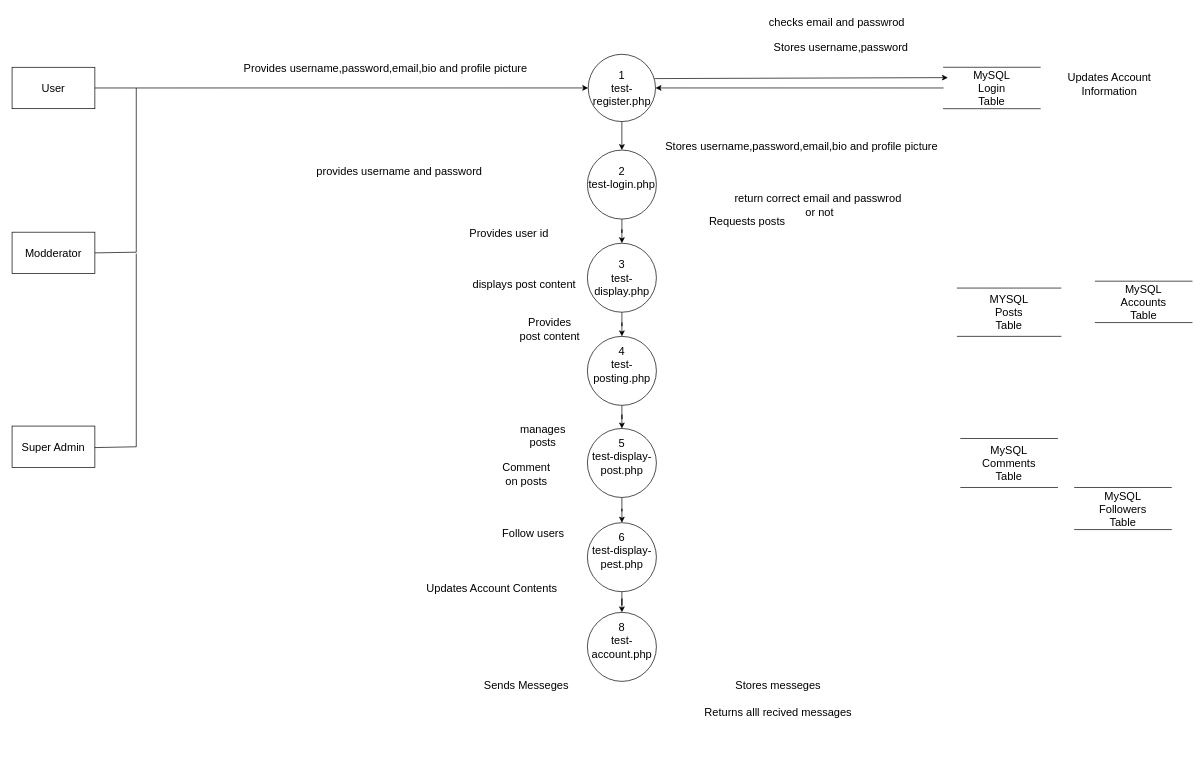
This is online-blogging-system/Documentation/final defence/physical-DFD.drawio from Hellsrest/Online-Blogging-System, a draw.io file, before an edit. Source tidied: cells renumbered, new cells numbered last; positions are measured from the earlier drawing's top-left corner, leaving out a move shared by most shapes. Both pictures are drawn from the tidied source at 69%, with x=0, y=0 at pixel (12, 12).
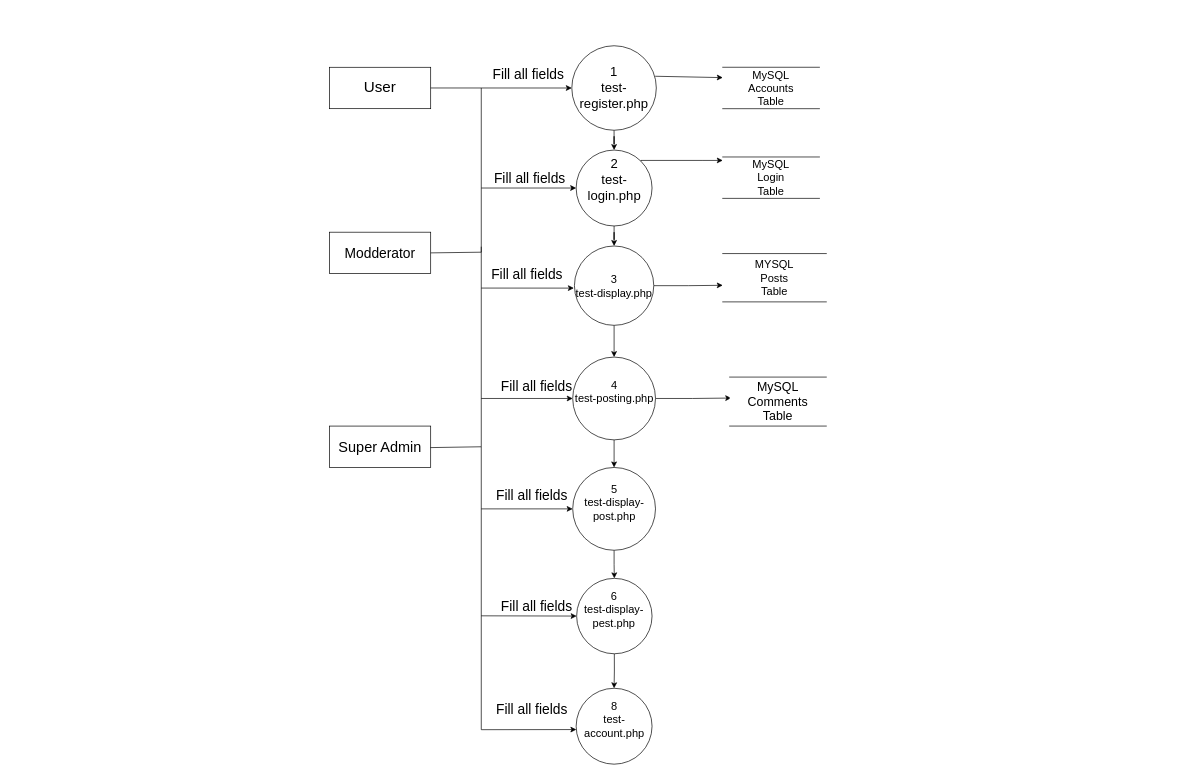
After the change.

Diff of the diagram source:
```diff
@@
-    <mxCell id="2" value="User" style="rounded=0;whiteSpace=wrap;html=1;fontSize=16;" parent="1" vertex="1">
-      <mxGeometry y="80" width="120" height="60" as="geometry" />
-    </mxCell>
@@
-    <mxCell id="4" value="&lt;div style=&quot;font-size: 16px;&quot;&gt;&lt;br style=&quot;font-size: 16px;&quot;&gt;&lt;/div&gt;&lt;div style=&quot;font-size: 16px;&quot;&gt;1&lt;/div&gt;test-register.php&lt;div style=&quot;font-size: 16px;&quot;&gt;&lt;br style=&quot;font-size: 16px;&quot;&gt;&lt;/div&gt;" style="ellipse;whiteSpace=wrap;html=1;fontSize=16;" parent="1" vertex="1">
-      <mxGeometry x="835" y="61.2" width="97.5" height="97.5" as="geometry" />
+    <mxCell id="4" value="&lt;div style=&quot;font-size: 19px;&quot;&gt;&lt;font style=&quot;font-size: 19px;&quot;&gt;&lt;br style=&quot;&quot;&gt;&lt;/font&gt;&lt;/div&gt;&lt;div style=&quot;font-size: 19px;&quot;&gt;&lt;font style=&quot;font-size: 19px;&quot;&gt;1&lt;/font&gt;&lt;/div&gt;&lt;font style=&quot;font-size: 19px;&quot;&gt;test-register.php&lt;/font&gt;&lt;div style=&quot;font-size: 19px;&quot;&gt;&lt;br style=&quot;&quot;&gt;&lt;/div&gt;" style="ellipse;whiteSpace=wrap;html=1;fontSize=16;" parent="1" vertex="1">
+      <mxGeometry x="811.2" y="48.8" width="122.5" height="122.5" as="geometry" />
     </mxCell>
@@
+    <mxCell id="46" style="edgeStyle=orthogonalEdgeStyle;rounded=0;jettySize=auto;html=1;exitX=1;exitY=0;exitDx=0;exitDy=0;" parent="1" edge="1" source="6" target="12">
+      <mxGeometry relative="1" as="geometry">
+        <Array as="points">
+          <mxPoint x="1000" y="215" />
+          <mxPoint x="1000" y="215" />
+        </Array>
+      </mxGeometry>
+    </mxCell>
-    <mxCell id="6" value="&lt;div style=&quot;font-size: 16px;&quot;&gt;2&lt;/div&gt;&lt;div style=&quot;font-size: 16px;&quot;&gt;test-login.php&lt;div style=&quot;border-color: var(--border-color); font-size: 16px;&quot;&gt;&lt;br style=&quot;border-color: var(--border-color); font-size: 16px;&quot;&gt;&lt;/div&gt;&lt;/div&gt;" style="ellipse;whiteSpace=wrap;html=1;fontSize=16;" parent="1" vertex="1">
-      <mxGeometry x="833.8" y="200" width="100" height="100" as="geometry" />
+    <mxCell id="6" value="&lt;div style=&quot;font-size: 19px;&quot;&gt;&lt;font style=&quot;font-size: 19px;&quot;&gt;2&lt;/font&gt;&lt;/div&gt;&lt;div style=&quot;font-size: 19px;&quot;&gt;&lt;font style=&quot;font-size: 19px;&quot;&gt;test-login.php&lt;/font&gt;&lt;div style=&quot;border-color: var(--border-color);&quot;&gt;&lt;br style=&quot;border-color: var(--border-color);&quot;&gt;&lt;/div&gt;&lt;/div&gt;" style="ellipse;whiteSpace=wrap;html=1;fontSize=16;" parent="1" vertex="1">
+      <mxGeometry x="817.5" y="200" width="110" height="110" as="geometry" />
     </mxCell>
@@
+    <mxCell id="47" style="edgeStyle=orthogonalEdgeStyle;rounded=0;jettySize=auto;html=1;entryX=0;entryY=0.657;entryDx=0;entryDy=0;entryPerimeter=0;" parent="1" edge="1" source="8" target="24">
+      <mxGeometry relative="1" as="geometry" />
+    </mxCell>
     <mxCell id="8" value="&lt;div style=&quot;font-size: 16px;&quot;&gt;3&lt;/div&gt;test-display.php" style="ellipse;whiteSpace=wrap;html=1;fontSize=16;" parent="1" vertex="1">
-      <mxGeometry x="833.8" y="335" width="100" height="100" as="geometry" />
+      <mxGeometry x="815" y="339" width="115" height="115" as="geometry" />
     </mxCell>
@@
     <mxCell id="10" value="&lt;div style=&quot;font-size: 16px;&quot;&gt;6&lt;/div&gt;&lt;div style=&quot;font-size: 16px;&quot;&gt;test-display-pest.php&lt;div style=&quot;border-color: var(--border-color); font-size: 16px;&quot;&gt;&lt;br style=&quot;border-color: var(--border-color); font-size: 16px;&quot;&gt;&lt;/div&gt;&lt;/div&gt;" style="ellipse;whiteSpace=wrap;html=1;fontSize=16;" parent="1" vertex="1">
-      <mxGeometry x="833.8" y="740" width="100" height="100" as="geometry" />
+      <mxGeometry x="818.2" y="820.7" width="109.3" height="109.3" as="geometry" />
     </mxCell>
-    <mxCell id="11" value="Modderator" style="rounded=0;whiteSpace=wrap;html=1;fontSize=16;" parent="1" vertex="1">
-      <mxGeometry y="319" width="120" height="60" as="geometry" />
-    </mxCell>
     <mxCell id="12" value="MySQL&lt;br style=&quot;font-size: 16px;&quot;&gt;Login&lt;br style=&quot;font-size: 16px;&quot;&gt;Table" style="html=1;dashed=0;whiteSpace=wrap;shape=partialRectangle;right=0;left=0;fontSize=16;" parent="1" vertex="1">
-      <mxGeometry x="1350" y="80" width="140" height="60" as="geometry" />
+      <mxGeometry x="1030" y="210" width="140" height="60" as="geometry" />
     </mxCell>
     <mxCell id="13" value="MySQL&lt;br style=&quot;font-size: 16px;&quot;&gt;Accounts&lt;br style=&quot;font-size: 16px;&quot;&gt;Table" style="html=1;dashed=0;whiteSpace=wrap;shape=partialRectangle;right=0;left=0;fontSize=16;" parent="1" vertex="1">
-      <mxGeometry x="1570" y="390" width="140" height="60" as="geometry" />
+      <mxGeometry x="1030" y="80" width="140" height="60" as="geometry" />
     </mxCell>
-    <mxCell id="14" value="Provides username,password,email,bio and profile picture" style="edgeLabel;html=1;align=center;verticalAlign=middle;fontSize=16;" parent="1" vertex="1">
-      <mxGeometry x="540" y="80" as="geometry" />
-    </mxCell>
-    <mxCell id="15" value="Stores username,password,email,bio and profile picture" style="edgeLabel;html=1;align=center;verticalAlign=middle;fontSize=16;" parent="1" vertex="1">
-      <mxGeometry x="1150" y="180" as="geometry">
-        <mxPoint x="-7" y="14" as="offset" />
-      </mxGeometry>
-    </mxCell>
-    <mxCell id="16" value="Stores username,password&lt;br style=&quot;font-size: 16px;&quot;&gt;" style="edgeLabel;html=1;align=center;verticalAlign=middle;fontSize=16;" parent="1" vertex="1">
-      <mxGeometry x="1200" y="50" as="geometry" />
-    </mxCell>
-    <mxCell id="17" value="provides username and password&lt;br style=&quot;font-size: 16px;&quot;&gt;" style="edgeLabel;html=1;align=center;verticalAlign=middle;fontSize=16;" parent="1" vertex="1">
-      <mxGeometry x="560" y="230" as="geometry" />
-    </mxCell>
-    <mxCell id="18" value="checks email&amp;nbsp;and passwrod" style="text;html=1;align=center;verticalAlign=middle;strokeColor=none;fillColor=none;fontSize=16;" parent="1" vertex="1">
-      <mxGeometry x="1085" width="220" height="30" as="geometry" />
-    </mxCell>
-    <mxCell id="19" value="return correct email&amp;nbsp;and passwrod&amp;nbsp;&lt;br style=&quot;font-size: 16px;&quot;&gt;or not&lt;br style=&quot;font-size: 16px;&quot;&gt;" style="text;html=1;align=center;verticalAlign=middle;strokeColor=none;fillColor=none;fontSize=16;" parent="1" vertex="1">
-      <mxGeometry x="1035" y="255" width="270" height="50" as="geometry" />
-    </mxCell>
@@
+    <mxCell id="48" style="edgeStyle=orthogonalEdgeStyle;rounded=0;jettySize=auto;html=1;entryX=0.016;entryY=0.428;entryDx=0;entryDy=0;entryPerimeter=0;" parent="1" edge="1" source="21" target="28">
+      <mxGeometry relative="1" as="geometry" />
+    </mxCell>
     <mxCell id="21" value="4&lt;div style=&quot;font-size: 16px;&quot;&gt;test-posting.php&lt;div style=&quot;border-color: var(--border-color); font-size: 16px;&quot;&gt;&lt;br style=&quot;border-color: var(--border-color); font-size: 16px;&quot;&gt;&lt;/div&gt;&lt;/div&gt;" style="ellipse;whiteSpace=wrap;html=1;fontSize=16;" parent="1" vertex="1">
-      <mxGeometry x="833.8" y="470" width="100" height="100" as="geometry" />
+      <mxGeometry x="812.5" y="500" width="120" height="120" as="geometry" />
     </mxCell>
-    <mxCell id="22" value="Provides user id" style="text;html=1;align=center;verticalAlign=middle;strokeColor=none;fillColor=none;fontSize=16;" parent="1" vertex="1">
-      <mxGeometry x="650" y="305" width="140" height="30" as="geometry" />
-    </mxCell>
-    <mxCell id="23" value="displays post content" style="text;html=1;align=center;verticalAlign=middle;strokeColor=none;fillColor=none;fontSize=16;" parent="1" vertex="1">
-      <mxGeometry x="657" y="379" width="170" height="30" as="geometry" />
-    </mxCell>
     <mxCell id="24" value="MYSQL&lt;br style=&quot;font-size: 16px;&quot;&gt;Posts&lt;br style=&quot;font-size: 16px;&quot;&gt;Table" style="html=1;dashed=0;whiteSpace=wrap;shape=partialRectangle;right=0;left=0;fontSize=16;" parent="1" vertex="1">
-      <mxGeometry x="1370" y="400" width="150" height="70" as="geometry" />
+      <mxGeometry x="1030" y="350" width="150" height="70" as="geometry" />
     </mxCell>
-    <mxCell id="25" value="Requests posts" style="text;html=1;align=center;verticalAlign=middle;strokeColor=none;fillColor=none;fontSize=16;" parent="1" vertex="1">
-      <mxGeometry x="1000" y="288" width="130" height="30" as="geometry" />
-    </mxCell>
-    <mxCell id="26" value="Provides &lt;br&gt;post content" style="text;html=1;align=center;verticalAlign=middle;strokeColor=none;fillColor=none;fontSize=16;" parent="1" vertex="1">
-      <mxGeometry x="723.8" y="435" width="110" height="50" as="geometry" />
-    </mxCell>
-    <mxCell id="27" value="Comment &lt;br style=&quot;font-size: 16px;&quot;&gt;on posts" style="text;html=1;align=center;verticalAlign=middle;strokeColor=none;fillColor=none;fontSize=16;" parent="1" vertex="1">
-      <mxGeometry x="700" y="645" width="90" height="50" as="geometry" />
-    </mxCell>
-    <mxCell id="28" value="MySQL&lt;br style=&quot;font-size: 16px;&quot;&gt;Comments&lt;br style=&quot;font-size: 16px;&quot;&gt;Table" style="html=1;dashed=0;whiteSpace=wrap;shape=partialRectangle;right=0;left=0;fontSize=16;" parent="1" vertex="1">
-      <mxGeometry x="1375" y="618" width="140" height="71" as="geometry" />
+    <mxCell id="28" value="&lt;font style=&quot;font-size: 18px;&quot;&gt;MySQL&lt;br style=&quot;&quot;&gt;Comments&lt;br style=&quot;&quot;&gt;Table&lt;/font&gt;" style="html=1;dashed=0;whiteSpace=wrap;shape=partialRectangle;right=0;left=0;fontSize=16;" parent="1" vertex="1">
+      <mxGeometry x="1040" y="529" width="140" height="71" as="geometry" />
     </mxCell>
-    <mxCell id="29" value="Follow users" style="text;html=1;align=center;verticalAlign=middle;strokeColor=none;fillColor=none;fontSize=16;" parent="1" vertex="1">
-      <mxGeometry x="700" y="740" width="110" height="30" as="geometry" />
-    </mxCell>
-    <mxCell id="30" value="MySQL&lt;br style=&quot;font-size: 16px;&quot;&gt;Followers&lt;br style=&quot;font-size: 16px;&quot;&gt;Table" style="html=1;dashed=0;whiteSpace=wrap;shape=partialRectangle;right=0;left=0;fontSize=16;" parent="1" vertex="1">
-      <mxGeometry x="1540" y="689" width="140" height="61" as="geometry" />
-    </mxCell>
@@
     <mxCell id="32" value="&lt;div style=&quot;font-size: 16px;&quot;&gt;5&lt;/div&gt;&lt;div style=&quot;font-size: 16px;&quot;&gt;test-display-post.php&lt;div style=&quot;border-color: var(--border-color); font-size: 16px;&quot;&gt;&lt;br style=&quot;font-size: 16px;&quot;&gt;&lt;/div&gt;&lt;/div&gt;" style="ellipse;whiteSpace=wrap;html=1;fontSize=16;" parent="1" vertex="1">
-      <mxGeometry x="833.8" y="603.5" width="100" height="100" as="geometry" />
+      <mxGeometry x="812.5" y="660" width="120" height="120" as="geometry" />
     </mxCell>
-    <mxCell id="33" value="Updates Account Contents" style="text;html=1;align=center;verticalAlign=middle;strokeColor=none;fillColor=none;fontSize=16;" parent="1" vertex="1">
-      <mxGeometry x="590" y="820" width="210" height="30" as="geometry" />
-    </mxCell>
-    <mxCell id="34" value="Updates Account &lt;br style=&quot;font-size: 16px;&quot;&gt;Information" style="text;html=1;align=center;verticalAlign=middle;strokeColor=none;fillColor=none;fontSize=16;" parent="1" vertex="1">
-      <mxGeometry x="1520" y="80" width="140" height="50" as="geometry" />
-    </mxCell>
-    <mxCell id="35" value="Sends Messeges" style="text;html=1;align=center;verticalAlign=middle;strokeColor=none;fillColor=none;fontSize=16;" parent="1" vertex="1">
-      <mxGeometry x="670" y="961" width="150" height="30" as="geometry" />
-    </mxCell>
-    <mxCell id="36" value="Stores messeges" style="text;html=1;align=center;verticalAlign=middle;strokeColor=none;fillColor=none;fontSize=16;" parent="1" vertex="1">
-      <mxGeometry x="1035" y="961" width="150" height="30" as="geometry" />
-    </mxCell>
-    <mxCell id="37" value="Returns alll recived messages" style="text;html=1;align=center;verticalAlign=middle;strokeColor=none;fillColor=none;fontSize=16;" parent="1" vertex="1">
-      <mxGeometry x="990" y="999" width="240" height="30" as="geometry" />
-    </mxCell>
-    <mxCell id="38" value="manages &lt;br style=&quot;font-size: 16px;&quot;&gt;posts" style="text;html=1;align=center;verticalAlign=middle;strokeColor=none;fillColor=none;fontSize=16;" parent="1" vertex="1">
-      <mxGeometry x="723.8" y="589" width="90" height="50" as="geometry" />
-    </mxCell>
     <mxCell id="39" value="8&lt;br style=&quot;font-size: 16px;&quot;&gt;test-account.php&lt;div style=&quot;border-color: var(--border-color); font-size: 16px;&quot;&gt;&lt;br style=&quot;border-color: var(--border-color); font-size: 16px;&quot;&gt;&lt;/div&gt;" style="ellipse;whiteSpace=wrap;html=1;fontSize=16;" parent="1" vertex="1">
-      <mxGeometry x="833.8" y="870" width="100" height="100" as="geometry" />
+      <mxGeometry x="817.5" y="980" width="110" height="110" as="geometry" />
     </mxCell>
+    <mxCell id="44" style="endArrow=classic;html=1;rounded=0;exitX=0.986;exitY=0.361;exitDx=0;exitDy=0;entryX=0;entryY=0.25;entryDx=0;entryDy=0;exitPerimeter=0;" parent="1" edge="1" source="4" target="13">
+      <mxGeometry relative="1" as="geometry" />
+    </mxCell>
+    <mxCell id="2" value="&lt;font style=&quot;font-size: 22px;&quot;&gt;User&lt;/font&gt;" style="rounded=0;whiteSpace=wrap;html=1;fontSize=16;" parent="1" vertex="1">
+      <mxGeometry x="460" y="80" width="146.7" height="60" as="geometry" />
+    </mxCell>
+    <mxCell id="11" value="&lt;font style=&quot;font-size: 20px;&quot;&gt;Modderator&lt;/font&gt;" style="rounded=0;whiteSpace=wrap;html=1;fontSize=16;" parent="1" vertex="1">
+      <mxGeometry x="460" y="319" width="146.7" height="60" as="geometry" />
+    </mxCell>
-    <mxCell id="40" value="Super Admin" style="rounded=0;whiteSpace=wrap;html=1;fontSize=16;" parent="1" vertex="1">
-      <mxGeometry y="600" width="120" height="60" as="geometry" />
+    <mxCell id="40" value="&lt;font style=&quot;font-size: 21px;&quot;&gt;Super Admin&lt;/font&gt;" style="rounded=0;whiteSpace=wrap;html=1;fontSize=16;" parent="1" vertex="1">
+      <mxGeometry x="460" y="600" width="146.7" height="60" as="geometry" />
     </mxCell>
@@
     <mxCell id="42" style="endArrow=none;html=1;rounded=0;exitX=1;exitY=0.5;exitDx=0;exitDy=0;" parent="1" edge="1" source="11">
       <mxGeometry relative="1" as="geometry">
-        <mxPoint x="180" y="110" as="targetPoint" />
+        <mxPoint x="680" y="110" as="targetPoint" />
         <Array as="points">
-          <mxPoint x="180" y="348" />
+          <mxPoint x="680" y="348" />
         </Array>
       </mxGeometry>
     </mxCell>
     <mxCell id="43" style="endArrow=none;html=1;rounded=0;exitX=0.997;exitY=0.52;exitDx=0;exitDy=0;exitPerimeter=0;" parent="1" edge="1" source="40">
       <mxGeometry relative="1" as="geometry">
-        <mxPoint x="180" y="350" as="targetPoint" />
+        <mxPoint x="680" y="340" as="targetPoint" />
         <Array as="points">
-          <mxPoint x="180" y="630" />
+          <mxPoint x="680" y="630" />
         </Array>
       </mxGeometry>
     </mxCell>
-    <mxCell id="44" style="endArrow=classic;html=1;rounded=0;exitX=0.986;exitY=0.361;exitDx=0;exitDy=0;entryX=0.045;entryY=0.25;entryDx=0;entryDy=0;entryPerimeter=0;exitPerimeter=0;" parent="1" edge="1" source="4" target="12">
-      <mxGeometry relative="1" as="geometry" />
-    </mxCell>
-    <mxCell id="45" style="endArrow=classic;html=1;rounded=0;entryX=1;entryY=0.5;entryDx=0;entryDy=0;exitX=0;exitY=0.5;exitDx=0;exitDy=0;" parent="1" edge="1" source="12" target="4">
-      <mxGeometry relative="1" as="geometry" />
-    </mxCell>
+    <mxCell id="49" style="endArrow=classic;html=1;rounded=0;entryX=0;entryY=0.5;entryDx=0;entryDy=0;" parent="1" edge="1" target="6">
+      <mxGeometry relative="1" as="geometry">
+        <mxPoint x="680" y="255" as="sourcePoint" />
+      </mxGeometry>
+    </mxCell>
+    <mxCell id="50" style="endArrow=classic;html=1;rounded=0;entryX=-0.007;entryY=0.531;entryDx=0;entryDy=0;entryPerimeter=0;" parent="1" edge="1" target="8">
+      <mxGeometry relative="1" as="geometry">
+        <mxPoint x="680" y="400" as="sourcePoint" />
+      </mxGeometry>
+    </mxCell>
+    <mxCell id="51" style="endArrow=classic;html=1;rounded=0;entryX=0;entryY=0.5;entryDx=0;entryDy=0;" parent="1" edge="1" target="21">
+      <mxGeometry relative="1" as="geometry">
+        <mxPoint x="680" y="560" as="sourcePoint" />
+      </mxGeometry>
+    </mxCell>
+    <mxCell id="52" style="endArrow=classic;html=1;rounded=0;entryX=0;entryY=0.5;entryDx=0;entryDy=0;" parent="1" edge="1" target="32">
+      <mxGeometry relative="1" as="geometry">
+        <mxPoint x="680" y="720" as="sourcePoint" />
+      </mxGeometry>
+    </mxCell>
+    <mxCell id="53" style="endArrow=classic;html=1;rounded=0;entryX=0;entryY=0.5;entryDx=0;entryDy=0;" parent="1" edge="1" target="10">
+      <mxGeometry relative="1" as="geometry">
+        <mxPoint x="680" y="875" as="sourcePoint" />
+      </mxGeometry>
+    </mxCell>
+    <mxCell id="54" style="endArrow=classic;html=1;rounded=0;entryX=0.003;entryY=0.544;entryDx=0;entryDy=0;entryPerimeter=0;" parent="1" edge="1" target="39">
+      <mxGeometry relative="1" as="geometry">
+        <mxPoint x="680" y="1040" as="sourcePoint" />
+      </mxGeometry>
+    </mxCell>
+    <mxCell id="55" style="endArrow=none;html=1;rounded=0;" parent="1" edge="1">
+      <mxGeometry relative="1" as="geometry">
+        <mxPoint x="680" y="1040" as="sourcePoint" />
+        <mxPoint x="680" y="630" as="targetPoint" />
+      </mxGeometry>
+    </mxCell>
+    <mxCell id="56" value="Fill all fields" style="text;html=1;align=center;verticalAlign=middle;strokeColor=none;fillColor=none;fontSize=20;" parent="1" vertex="1">
+      <mxGeometry x="682.5" y="70" width="130" height="40" as="geometry" />
+    </mxCell>
+    <mxCell id="57" value="Fill all fields" style="text;html=1;align=center;verticalAlign=middle;strokeColor=none;fillColor=none;fontSize=20;" parent="1" vertex="1">
+      <mxGeometry x="685" y="220" width="130" height="40" as="geometry" />
+    </mxCell>
+    <mxCell id="58" value="Fill all fields" style="text;html=1;align=center;verticalAlign=middle;strokeColor=none;fillColor=none;fontSize=20;" parent="1" vertex="1">
+      <mxGeometry x="681.2" y="360" width="130" height="40" as="geometry" />
+    </mxCell>
+    <mxCell id="59" value="Fill all fields" style="text;html=1;align=center;verticalAlign=middle;strokeColor=none;fillColor=none;fontSize=20;" parent="1" vertex="1">
+      <mxGeometry x="688.2" y="990" width="130" height="40" as="geometry" />
+    </mxCell>
+    <mxCell id="60" value="Fill all fields" style="text;html=1;align=center;verticalAlign=middle;strokeColor=none;fillColor=none;fontSize=20;" parent="1" vertex="1">
+      <mxGeometry x="688.2" y="680" width="130" height="40" as="geometry" />
+    </mxCell>
+    <mxCell id="61" value="Fill all fields" style="text;html=1;align=center;verticalAlign=middle;strokeColor=none;fillColor=none;fontSize=20;" parent="1" vertex="1">
+      <mxGeometry x="695" y="521" width="130" height="40" as="geometry" />
+    </mxCell>
+    <mxCell id="62" value="Fill all fields" style="text;html=1;align=center;verticalAlign=middle;strokeColor=none;fillColor=none;fontSize=20;" parent="1" vertex="1">
+      <mxGeometry x="695" y="840" width="130" height="40" as="geometry" />
+    </mxCell>
```
